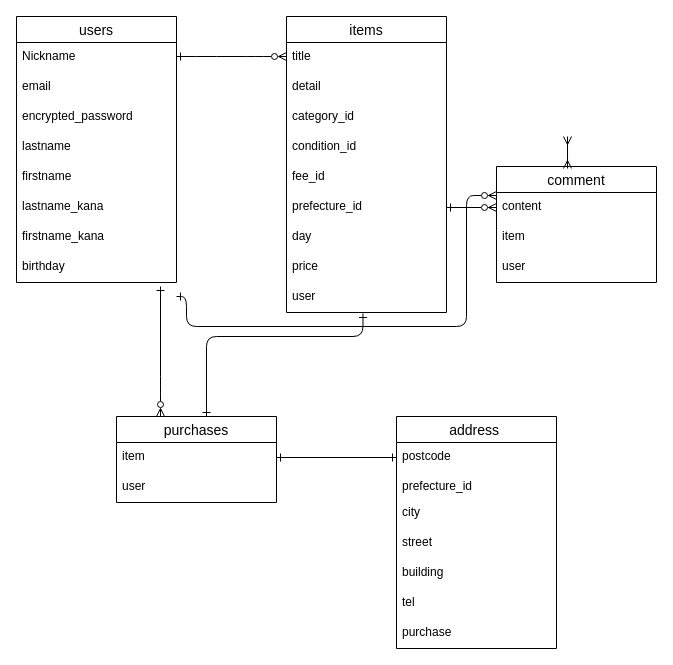
Earlier version of the draw.io diagram app/ER.dio (izumi-kadoya/furima-39712). Source tidied: cells renumbered, new cells numbered last; positions are measured from the earlier drawing's top-left corner, leaving out a move shared by most shapes. Both pictures are drawn from the tidied source at 100%, with x=0, y=0 at pixel (16, 16).
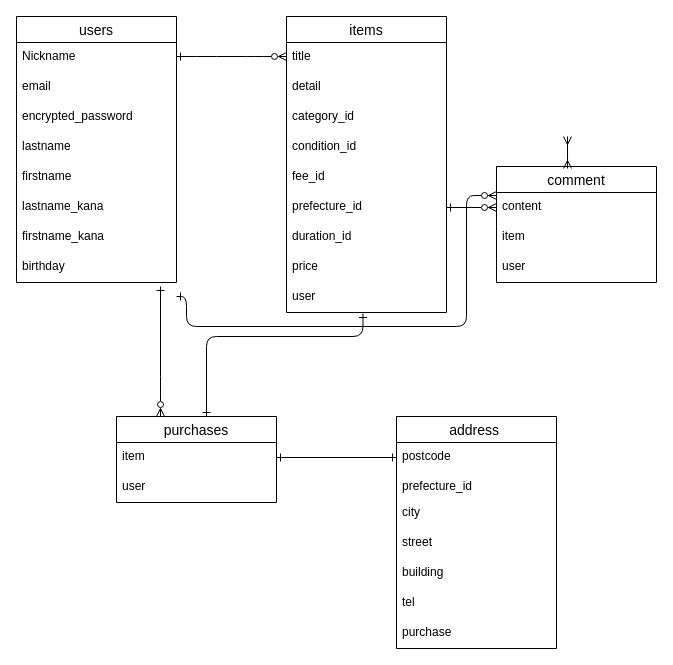
The same diagram, later.

Commit message (it also covers changes not shown here):
データベース設計4

Unchanged cells that the change refers to:
```xml
<mxCell id="11" value="items" style="swimlane;fontStyle=0;horizontal=1;startSize=26;align=center;fontSize=14;" parent="1" vertex="1">
  <mxGeometry x="270" width="160" height="296" as="geometry" />
</mxCell>
```

What changed in the source:
```diff
@@
-    <mxCell id="18" value="day" style="text;strokeColor=none;fillColor=none;spacingLeft=4;spacingRight=4;overflow=hidden;fontSize=12;" parent="11" vertex="1">
+    <mxCell id="18" value="duration_id" style="text;strokeColor=none;fillColor=none;spacingLeft=4;spacingRight=4;overflow=hidden;fontSize=12;" parent="11" vertex="1">
       <mxGeometry y="206" width="160" height="30" as="geometry" />
     </mxCell>
```
